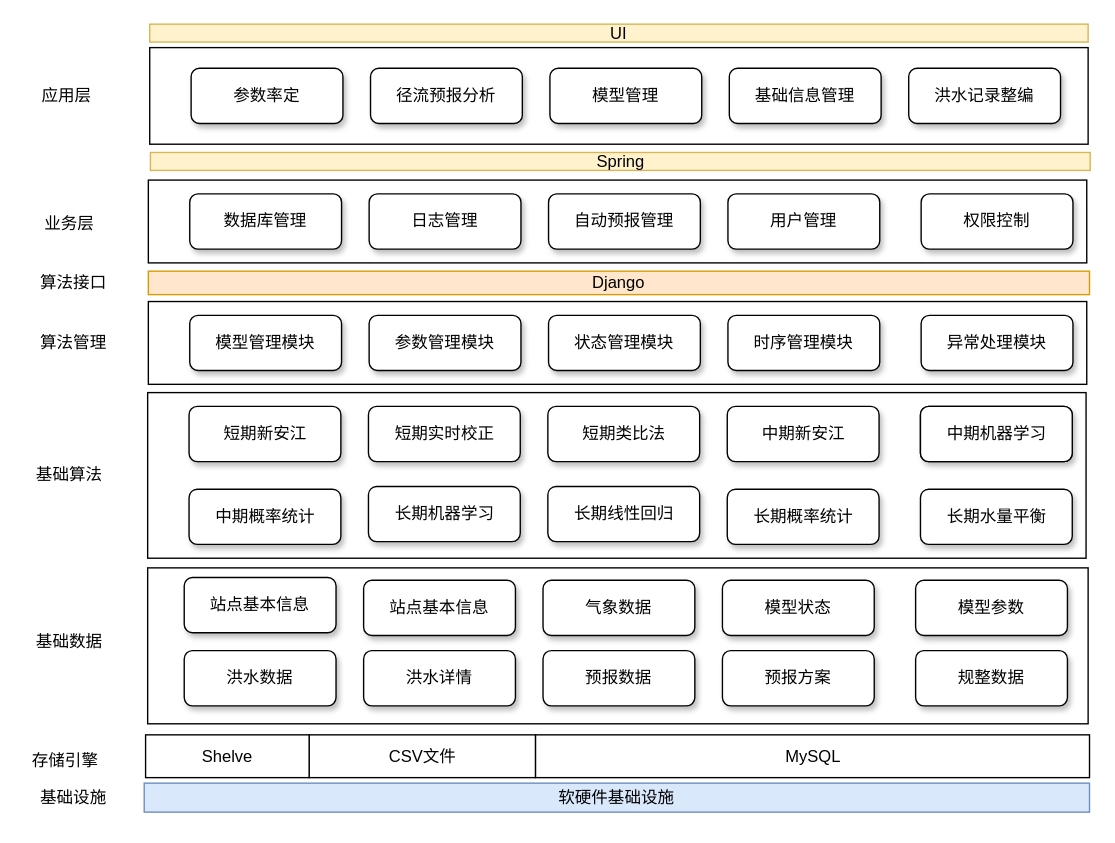
Above: page "逻辑层次结构" (2 of 5) of TY项目图.drawio in zhougangjie/for_draw_io (draw.io), before the change. Source tidied: cells renumbered, new cells numbered last; positions are measured from the earlier drawing's top-left corner, leaving out a move shared by most shapes. Both pictures are drawn from the tidied source at 138%, with x=0, y=0 at pixel (22, 23).
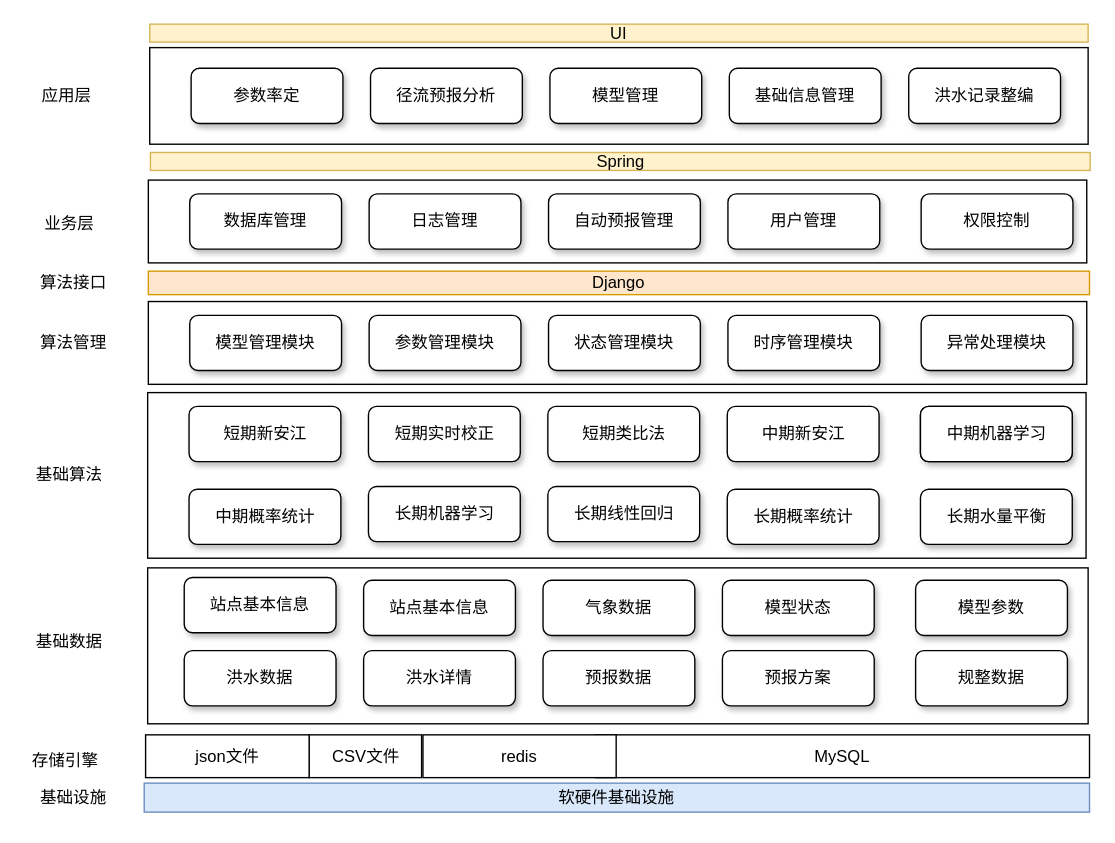
The same page after the edit.

The edit, as a diff of the source:
```diff
@@
     <mxCell id="20" value="MySQL" style="rounded=0;whiteSpace=wrap;html=1;" parent="1" vertex="1">
-      <mxGeometry x="371.5" y="515" width="401.5" height="31" as="geometry" />
+      <mxGeometry x="415" y="515" width="358" height="31" as="geometry" />
     </mxCell>
@@
     <mxCell id="53" value="CSV文件" style="rounded=0;whiteSpace=wrap;html=1;" parent="1" vertex="1">
-      <mxGeometry x="207.5" y="515" width="164" height="31" as="geometry" />
+      <mxGeometry x="207.5" y="515" width="81.5" height="31" as="geometry" />
     </mxCell>
-    <mxCell id="54" value="Shelve" style="rounded=0;whiteSpace=wrap;html=1;" parent="1" vertex="1">
+    <mxCell id="54" value="json文件" style="rounded=0;whiteSpace=wrap;html=1;" parent="1" vertex="1">
       <mxGeometry x="89" y="515" width="118.5" height="31" as="geometry" />
     </mxCell>
@@
+    <mxCell id="58" value="redis" style="rounded=0;whiteSpace=wrap;html=1;" parent="1" vertex="1">
+      <mxGeometry x="290" y="515" width="140" height="31" as="geometry" />
+    </mxCell>
```
